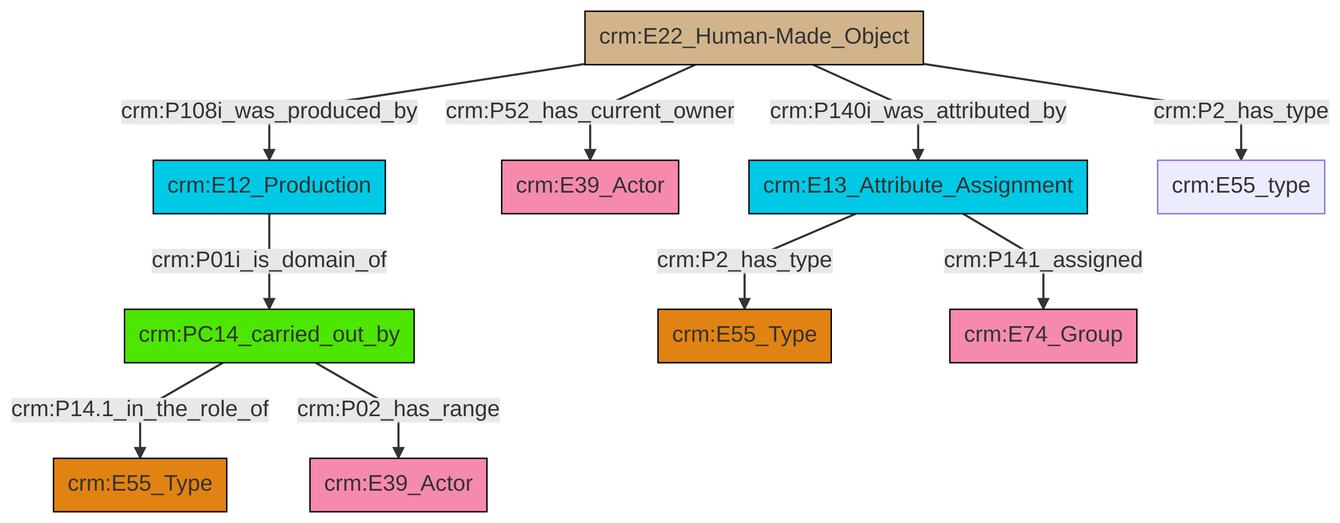
Before: et/builtWorkCSV/ttl/mmd/png/Built_Work_actor_relations.png, a diagram exported from Mermaid (swiss-art-research-net/reference-data-models). Its source is kept beside it as et/builtWorkCSV/ttl/mmd/Built_Work_actor_relations.ttl.mmd.
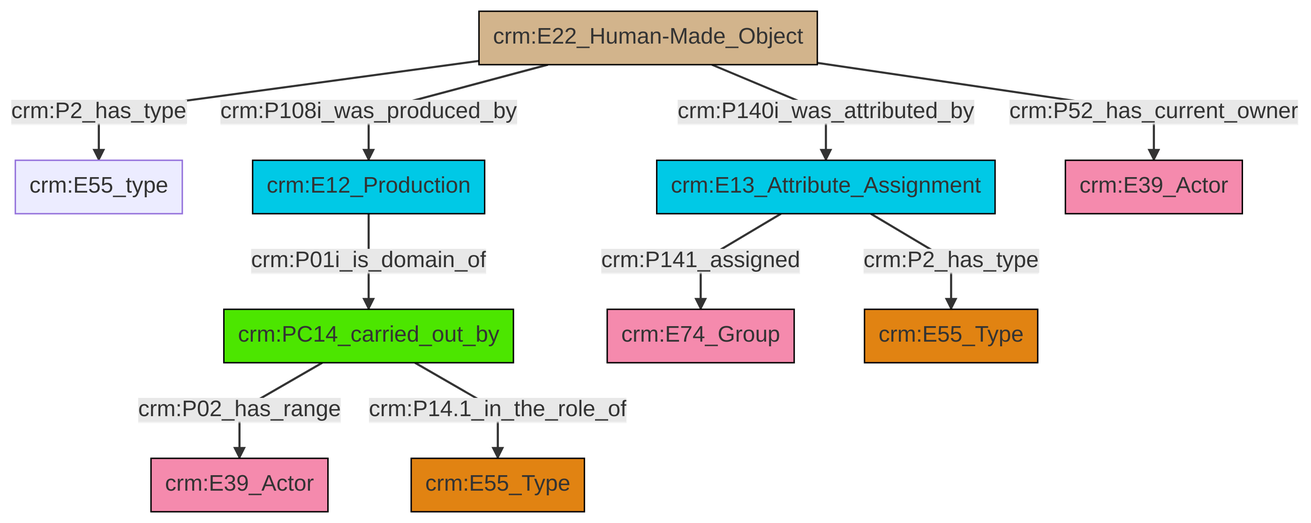
Later version of the same file.

The edit, as a diff of the source:
```diff
@@ -13,12 +13,12 @@
 classDef PC_Classes fill:#4ce600, stroke:#000000;
 classDef Multi fill:#cccccc,stroke:#000000;
 
-2["crm:E22_Human-Made_Object"]:::Physical_Thing -->|crm:P108i_was_produced_by| 3["crm:E12_Production"]:::Temporal_Entity
-2["crm:E22_Human-Made_Object"]:::Physical_Thing -->|crm:P52_has_current_owner| 5["crm:E39_Actor"]:::Actor
-6["crm:E13_Attribute_Assignment"]:::Temporal_Entity -->|crm:P2_has_type| 0["crm:E55_Type"]:::Type
-3["crm:E12_Production"]:::Temporal_Entity -->|crm:P01i_is_domain_of| 11["crm:PC14_carried_out_by"]:::PC_Classes
-11["crm:PC14_carried_out_by"]:::PC_Classes -->|crm:P14.1_in_the_role_of| 12["crm:E55_Type"]:::Type
-2["crm:E22_Human-Made_Object"]:::Physical_Thing -->|crm:P140i_was_attributed_by| 6["crm:E13_Attribute_Assignment"]:::Temporal_Entity
-11["crm:PC14_carried_out_by"]:::PC_Classes -->|crm:P02_has_range| 14["crm:E39_Actor"]:::Actor
-2["crm:E22_Human-Made_Object"]:::Physical_Thing -->|crm:P2_has_type| 7["crm:E55_type"]:::Default
-6["crm:E13_Attribute_Assignment"]:::Temporal_Entity -->|crm:P141_assigned| 18["crm:E74_Group"]:::Actor
+0["crm:PC14_carried_out_by"]:::PC_Classes -->|crm:P02_has_range| 1["crm:E39_Actor"]:::Actor
+3["crm:E22_Human-Made_Object"]:::Physical_Thing -->|crm:P2_has_type| 4["crm:E55_type"]:::Default
+5["crm:E13_Attribute_Assignment"]:::Temporal_Entity -->|crm:P141_assigned| 6["crm:E74_Group"]:::Actor
+7["crm:E12_Production"]:::Temporal_Entity -->|crm:P01i_is_domain_of| 0["crm:PC14_carried_out_by"]:::PC_Classes
+5["crm:E13_Attribute_Assignment"]:::Temporal_Entity -->|crm:P2_has_type| 12["crm:E55_Type"]:::Type
+3["crm:E22_Human-Made_Object"]:::Physical_Thing -->|crm:P140i_was_attributed_by| 5["crm:E13_Attribute_Assignment"]:::Temporal_Entity
+3["crm:E22_Human-Made_Object"]:::Physical_Thing -->|crm:P52_has_current_owner| 17["crm:E39_Actor"]:::Actor
+0["crm:PC14_carried_out_by"]:::PC_Classes -->|crm:P14.1_in_the_role_of| 14["crm:E55_Type"]:::Type
+3["crm:E22_Human-Made_Object"]:::Physical_Thing -->|crm:P108i_was_produced_by| 7["crm:E12_Production"]:::Temporal_Entity
```
